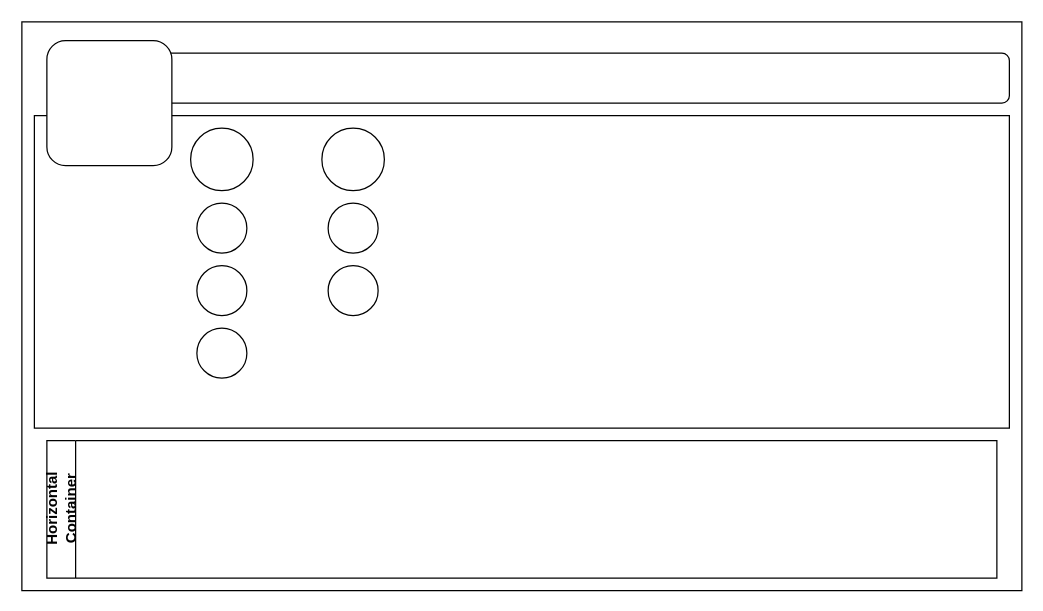
Before: Infograph_template.drawio in popados/01_diagrams, a draw.io diagram. Source tidied: cells renumbered, new cells numbered last; positions are measured from the earlier drawing's top-left corner, leaving out a move shared by most shapes. Both pictures are drawn from the tidied source at 125%, with x=0, y=0 at pixel (21, 21).
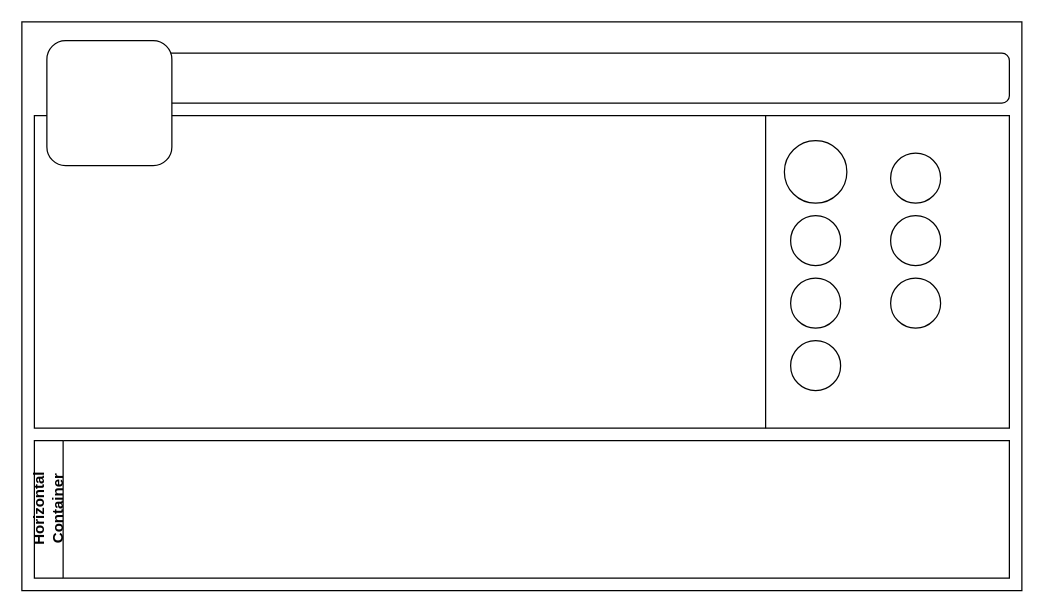
After the change.

Diff of the diagram source:
```diff
@@
 <mxGraphModel>
   <root>
     <mxCell id="0" />
     <mxCell id="1" parent="0" />
     <mxCell id="2" style="rounded=0;whiteSpace=wrap;html=1;" parent="1" vertex="1">
       <mxGeometry width="800" height="455" as="geometry" />
     </mxCell>
     <mxCell id="3" style="rounded=0;whiteSpace=wrap;html=1;" parent="1" vertex="1">
       <mxGeometry x="10" y="75" width="780" height="250" as="geometry" />
     </mxCell>
     <mxCell id="4" style="rounded=1;whiteSpace=wrap;html=1;" parent="1" vertex="1">
       <mxGeometry x="50" y="25" width="740" height="40" as="geometry" />
     </mxCell>
     <mxCell id="5" value="Horizontal Container" style="swimlane;horizontal=0;whiteSpace=wrap;html=1;" parent="1" vertex="1">
-      <mxGeometry x="20" y="335" width="760" height="110" as="geometry" />
+      <mxGeometry x="10" y="335" width="780" height="110" as="geometry" />
     </mxCell>
     <mxCell id="6" style="rounded=1;whiteSpace=wrap;html=1;" parent="1" vertex="1">
       <mxGeometry x="20" y="15" width="100" height="100" as="geometry" />
     </mxCell>
     <mxCell id="7" style="ellipse;whiteSpace=wrap;html=1;" parent="1" vertex="1">
-      <mxGeometry x="135" y="85" width="50" height="50" as="geometry" />
+      <mxGeometry x="610" y="95" width="50" height="50" as="geometry" />
     </mxCell>
     <mxCell id="8" style="ellipse;whiteSpace=wrap;html=1;" parent="1" vertex="1">
-      <mxGeometry x="140" y="145" width="40" height="40" as="geometry" />
+      <mxGeometry x="615" y="155" width="40" height="40" as="geometry" />
     </mxCell>
     <mxCell id="9" style="ellipse;whiteSpace=wrap;html=1;" parent="1" vertex="1">
-      <mxGeometry x="140" y="195" width="40" height="40" as="geometry" />
+      <mxGeometry x="615" y="205" width="40" height="40" as="geometry" />
     </mxCell>
     <mxCell id="10" style="ellipse;whiteSpace=wrap;html=1;" parent="1" vertex="1">
-      <mxGeometry x="140" y="245" width="40" height="40" as="geometry" />
+      <mxGeometry x="615" y="255" width="40" height="40" as="geometry" />
     </mxCell>
     <mxCell id="11" style="ellipse;whiteSpace=wrap;html=1;" parent="1" vertex="1">
-      <mxGeometry x="240" y="85" width="50" height="50" as="geometry" />
+      <mxGeometry x="695" y="105" width="40" height="40" as="geometry" />
     </mxCell>
     <mxCell id="12" style="ellipse;whiteSpace=wrap;html=1;" parent="1" vertex="1">
-      <mxGeometry x="245" y="145" width="40" height="40" as="geometry" />
+      <mxGeometry x="695" y="155" width="40" height="40" as="geometry" />
     </mxCell>
     <mxCell id="13" style="ellipse;whiteSpace=wrap;html=1;" parent="1" vertex="1">
-      <mxGeometry x="245" y="195" width="40" height="40" as="geometry" />
+      <mxGeometry x="695" y="205" width="40" height="40" as="geometry" />
     </mxCell>
+    <mxCell id="14" style="endArrow=none;html=1;rounded=0;entryX=0.75;entryY=0;entryDx=0;entryDy=0;exitX=0.75;exitY=1;exitDx=0;exitDy=0;" parent="1" edge="1" source="3" target="3">
+      <mxGeometry relative="1" as="geometry" />
+    </mxCell>
   </root>
 </mxGraphModel>
```
